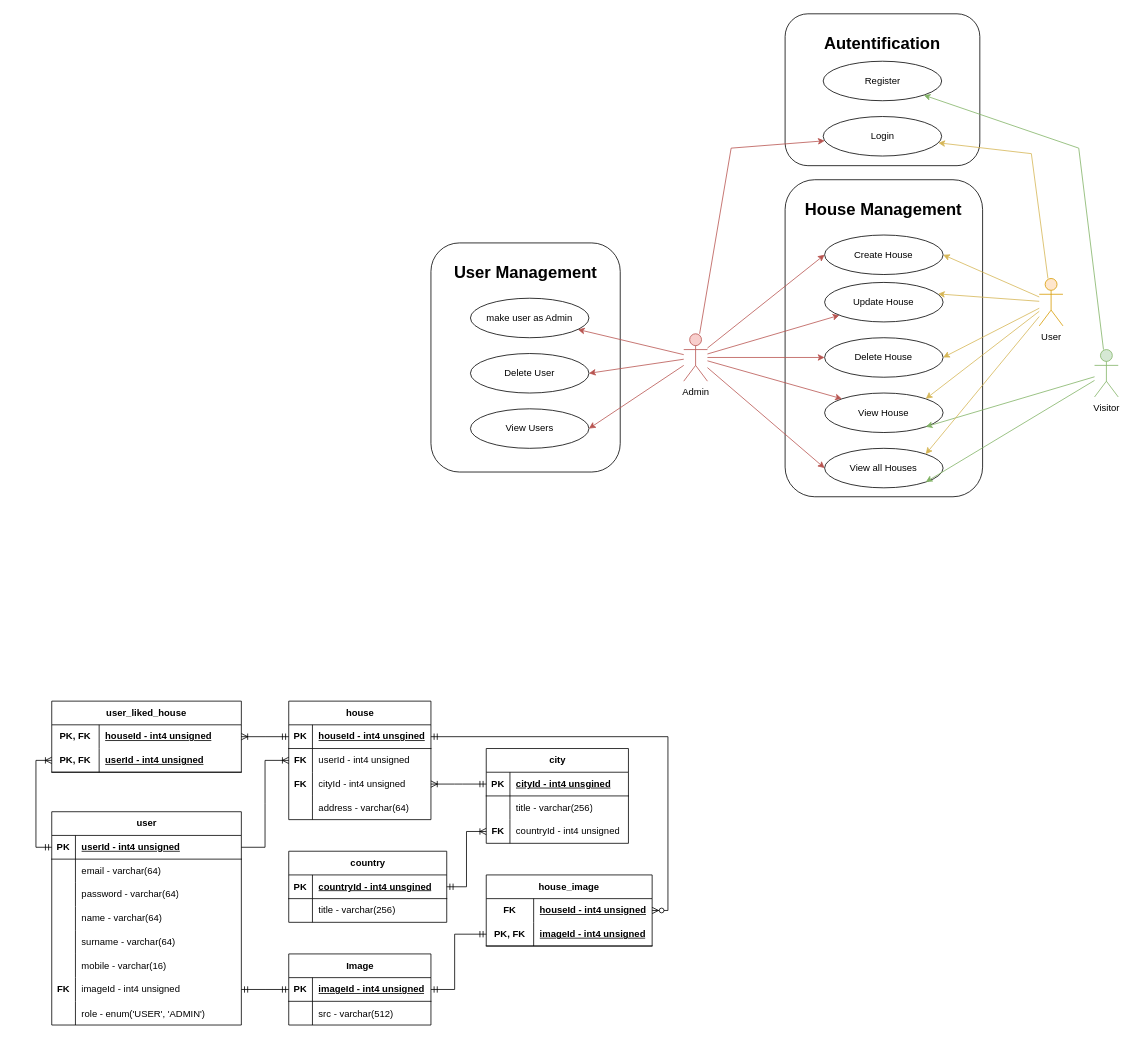
Earlier version of the draw.io diagram Node, Express and SQL [92-106]/102 - express api with sql 2/UML.drawio (ZilvinasVidmantas/type-14). Source tidied: cells renumbered, new cells numbered last; positions are measured from the earlier drawing's top-left corner, leaving out a move shared by most shapes. Both pictures are drawn from the tidied source at 79%, with x=0, y=0 at pixel (36, 13).
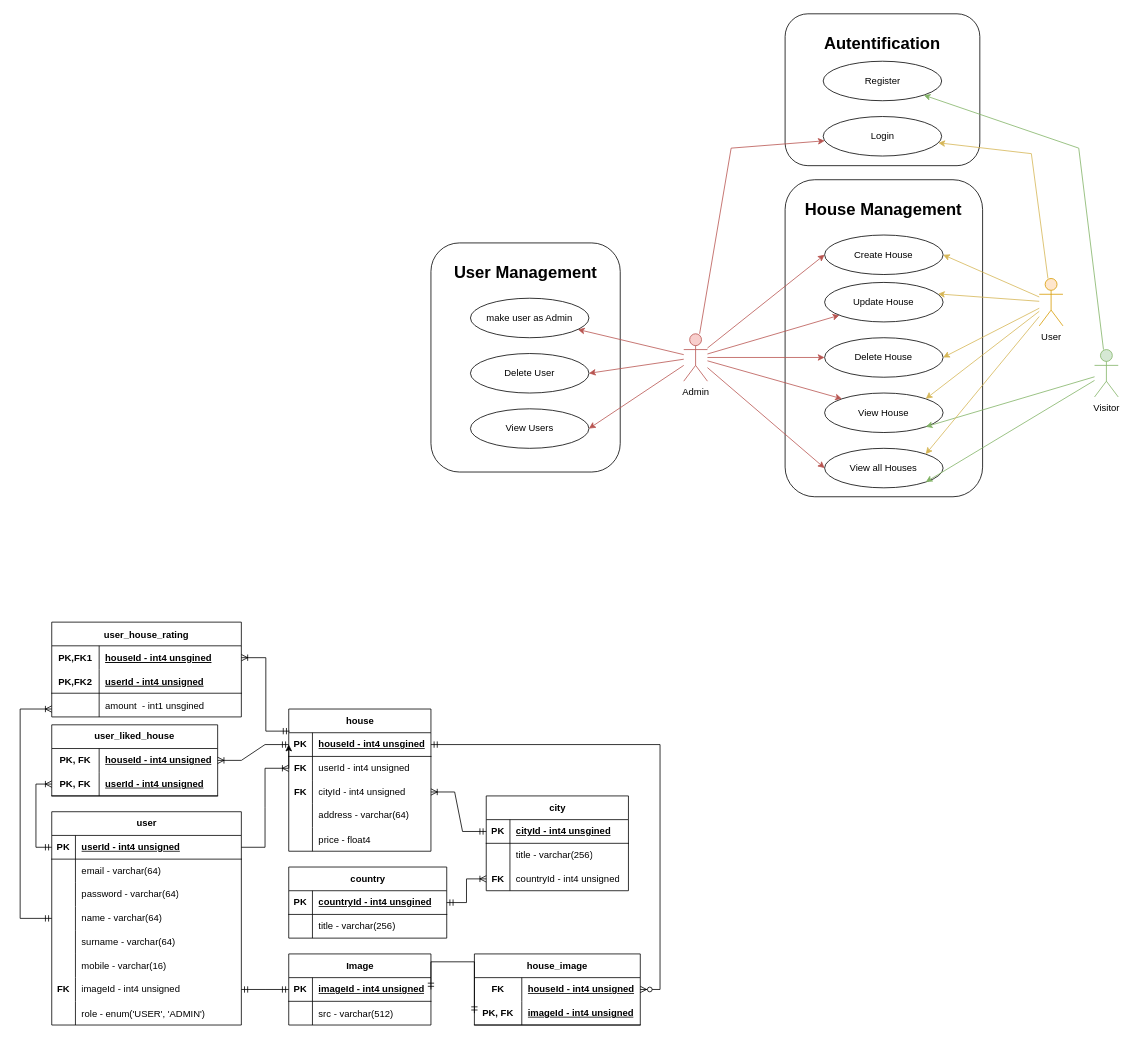
Above is the later version.

Commit message (it also covers changes not shown here):
fix(102):  added missing price property and user rating table

Unchanged cells that the change refers to:
```xml
<mxCell id="24" value="user" style="shape=table;startSize=30;childLayout=tableLayout;rowLines=0;fontStyle=1;align=center;html=1;" parent="1" vertex="1">
  <mxGeometry x="20" y="1010" width="240" height="270" as="geometry" />
</mxCell>
<mxCell id="55" style="shape=tableRow;horizontal=0;startSize=0;swimlaneHead=0;swimlaneBody=0;fillColor=none;points=[[0,0.5],[1,0.5]];portConstraint=eastwest;top=0;left=0;right=0;bottom=1;" parent="54" vertex="1">
  <mxGeometry y="30" width="180" height="30" as="geometry" />
</mxCell>
<mxCell id="58" style="shape=tableRow;horizontal=0;startSize=0;swimlaneHead=0;swimlaneBody=0;fillColor=none;points=[[0,0.5],[1,0.5]];portConstraint=eastwest;top=0;left=0;right=0;bottom=0;" parent="54" vertex="1">
  <mxGeometry y="60" width="180" height="30" as="geometry" />
</mxCell>
<mxCell id="77" style="shape=tableRow;horizontal=0;startSize=0;swimlaneHead=0;swimlaneBody=0;fillColor=none;points=[[0,0.5],[1,0.5]];portConstraint=eastwest;top=0;left=0;right=0;bottom=0;html=1;" parent="76" vertex="1">
  <mxGeometry y="30" width="210" height="30" as="geometry" />
</mxCell>
```

The edit, as a diff of the source:
```diff
@@
     <mxCell id="54" value="house" style="shape=table;startSize=30;childLayout=tableLayout;rowLines=0;fontStyle=1;align=center;html=1;" parent="1" vertex="1">
-      <mxGeometry x="320" y="870" width="180" height="150" as="geometry" />
+      <mxGeometry x="320" y="880" width="180" height="180" as="geometry" />
     </mxCell>
@@
+    <mxCell id="120" style="edgeStyle=elbowEdgeStyle;rounded=0;jettySize=auto;html=1;exitX=0;exitY=0.5;exitDx=0;exitDy=0;entryX=0;entryY=0.5;entryDx=0;entryDy=0;" parent="54" edge="1" source="58" target="55">
+      <mxGeometry relative="1" as="geometry" />
+    </mxCell>
@@
+    <mxCell id="121" style="shape=partialRectangle;fillColor=none;top=0;left=0;bottom=0;right=0;" parent="54" vertex="1">
+      <mxGeometry y="150" width="180" height="30" as="geometry" />
+    </mxCell>
+    <mxCell id="122" style="shape=partialRectangle;fillColor=none;top=0;left=0;bottom=0;right=0;overflow=hidden;" parent="121" vertex="1">
+      <mxGeometry width="30" height="30" as="geometry" />
+    </mxCell>
+    <mxCell id="123" value="price - float4" style="shape=partialRectangle;fillColor=none;top=0;left=0;bottom=0;right=0;align=left;spacingLeft=6;overflow=hidden;" parent="121" vertex="1">
+      <mxGeometry x="30" width="150" height="30" as="geometry" />
+    </mxCell>
@@
     <mxCell id="76" value="house_image" style="shape=table;startSize=30;childLayout=tableLayout;rowLines=0;fontStyle=1;align=center;html=1;whiteSpace=wrap;" parent="1" vertex="1">
-      <mxGeometry x="570" y="1090" width="210" height="90" as="geometry" />
+      <mxGeometry x="555" y="1190" width="210" height="90" as="geometry" />
     </mxCell>
@@
     <mxCell id="84" style="fontSize=12;html=1;endArrow=ERzeroToMany;startArrow=ERmandOne;rounded=0;exitX=1;exitY=0.5;exitDx=0;exitDy=0;entryX=1;entryY=0.5;entryDx=0;entryDy=0;edgeStyle=elbowEdgeStyle;" parent="1" edge="1" source="55" target="77">
       <mxGeometry relative="1" as="geometry">
         <Array as="points">
-          <mxPoint x="800" y="1030" />
+          <mxPoint x="790" y="1080" />
           <mxPoint x="810" y="1080" />
           <mxPoint x="830" y="1000" />
         </Array>
       </mxGeometry>
     </mxCell>
     <mxCell id="85" value="user_liked_house" style="shape=table;startSize=30;childLayout=tableLayout;rowLines=0;fontStyle=1;align=center;html=1;whiteSpace=wrap;" parent="1" vertex="1">
-      <mxGeometry x="20" y="870" width="240" height="90" as="geometry" />
+      <mxGeometry x="20" y="900" width="210" height="90" as="geometry" />
     </mxCell>
     <mxCell id="86" style="shape=tableRow;horizontal=0;startSize=0;swimlaneHead=0;swimlaneBody=0;fillColor=none;points=[[0,0.5],[1,0.5]];portConstraint=eastwest;top=0;left=0;right=0;bottom=0;html=1;" parent="85" vertex="1">
-      <mxGeometry y="30" width="240" height="30" as="geometry" />
+      <mxGeometry y="30" width="210" height="30" as="geometry" />
     </mxCell>
@@
     <mxCell id="88" value="houseId - int4 unsigned" style="shape=partialRectangle;fillColor=none;top=0;left=0;bottom=0;right=0;align=left;spacingLeft=6;fontStyle=5;overflow=hidden;html=1;whiteSpace=wrap;" parent="86" vertex="1">
-      <mxGeometry x="60" width="180" height="30" as="geometry" />
+      <mxGeometry x="60" width="150" height="30" as="geometry" />
     </mxCell>
     <mxCell id="89" style="shape=tableRow;horizontal=0;startSize=0;swimlaneHead=0;swimlaneBody=0;fillColor=none;points=[[0,0.5],[1,0.5]];portConstraint=eastwest;top=0;left=0;right=0;bottom=1;html=1;" parent="85" vertex="1">
-      <mxGeometry y="60" width="240" height="30" as="geometry" />
+      <mxGeometry y="60" width="210" height="30" as="geometry" />
     </mxCell>
@@
     <mxCell id="91" value="userId - int4 unsigned" style="shape=partialRectangle;fillColor=none;top=0;left=0;bottom=0;right=0;align=left;spacingLeft=6;fontStyle=5;overflow=hidden;html=1;whiteSpace=wrap;" parent="89" vertex="1">
-      <mxGeometry x="60" width="180" height="30" as="geometry" />
+      <mxGeometry x="60" width="150" height="30" as="geometry" />
     </mxCell>
-    <mxCell id="92" style="edgeStyle=entityRelationEdgeStyle;fontSize=12;html=1;endArrow=ERoneToMany;startArrow=ERmandOne;rounded=0;" parent="1" edge="1" source="55" target="86">
+    <mxCell id="92" style="edgeStyle=entityRelationEdgeStyle;fontSize=12;html=1;endArrow=ERoneToMany;startArrow=ERmandOne;rounded=0;exitX=0;exitY=0.5;exitDx=0;exitDy=0;" parent="1" edge="1" source="55" target="86">
       <mxGeometry relative="1" as="geometry" />
     </mxCell>
@@
     <mxCell id="101" value="city" style="shape=table;startSize=30;childLayout=tableLayout;rowLines=0;fontStyle=1;align=center;html=1;" parent="1" vertex="1">
-      <mxGeometry x="570" y="930" width="180" height="120" as="geometry" />
+      <mxGeometry x="570" y="990" width="180" height="120" as="geometry" />
     </mxCell>
@@
     <mxCell id="111" value="country" style="shape=table;startSize=30;childLayout=tableLayout;rowLines=0;fontStyle=1;align=center;html=1;" parent="1" vertex="1">
-      <mxGeometry x="320" y="1060" width="200" height="90" as="geometry" />
+      <mxGeometry x="320" y="1080" width="200" height="90" as="geometry" />
     </mxCell>
@@
+    <mxCell id="124" value="user_house_rating" style="shape=table;startSize=30;childLayout=tableLayout;rowLines=0;fontStyle=1;align=center;" parent="1" vertex="1">
+      <mxGeometry x="20" y="770" width="240" height="120" as="geometry" />
+    </mxCell>
+    <mxCell id="125" style="shape=partialRectangle;fillColor=none;top=0;left=0;bottom=0;right=0;points=[[0,0.5],[1,0.5]];portConstraint=eastwest;" parent="124" vertex="1">
+      <mxGeometry y="30" width="240" height="30" as="geometry" />
+    </mxCell>
+    <mxCell id="126" value="PK,FK1" style="shape=partialRectangle;fillColor=none;top=0;left=0;bottom=0;right=0;fontStyle=1;overflow=hidden;" parent="125" vertex="1">
+      <mxGeometry width="60" height="30" as="geometry" />
+    </mxCell>
+    <mxCell id="127" value="houseId - int4 unsgined" style="shape=partialRectangle;fillColor=none;top=0;left=0;bottom=0;right=0;align=left;spacingLeft=6;fontStyle=5;overflow=hidden;" parent="125" vertex="1">
+      <mxGeometry x="60" width="180" height="30" as="geometry" />
+    </mxCell>
+    <mxCell id="128" style="shape=partialRectangle;fillColor=none;top=0;left=0;bottom=1;right=0;" parent="124" vertex="1">
+      <mxGeometry y="60" width="240" height="30" as="geometry" />
+    </mxCell>
+    <mxCell id="129" value="PK,FK2" style="shape=partialRectangle;fillColor=none;top=0;left=0;bottom=0;right=0;fontStyle=1;overflow=hidden;" parent="128" vertex="1">
+      <mxGeometry width="60" height="30" as="geometry" />
+    </mxCell>
+    <mxCell id="130" value="userId - int4 unsigned" style="shape=partialRectangle;fillColor=none;top=0;left=0;bottom=0;right=0;align=left;spacingLeft=6;fontStyle=5;overflow=hidden;" parent="128" vertex="1">
+      <mxGeometry x="60" width="180" height="30" as="geometry" />
+    </mxCell>
+    <mxCell id="131" style="shape=partialRectangle;fillColor=none;top=0;left=0;bottom=0;right=0;" parent="124" vertex="1">
+      <mxGeometry y="90" width="240" height="30" as="geometry" />
+    </mxCell>
+    <mxCell id="132" style="shape=partialRectangle;fillColor=none;top=0;left=0;bottom=0;right=0;overflow=hidden;" parent="131" vertex="1">
+      <mxGeometry width="60" height="30" as="geometry" />
+    </mxCell>
+    <mxCell id="133" value="amount  - int1 unsgined" style="shape=partialRectangle;fillColor=none;top=0;left=0;bottom=0;right=0;align=left;spacingLeft=6;overflow=hidden;" parent="131" vertex="1">
+      <mxGeometry x="60" width="180" height="30" as="geometry" />
+    </mxCell>
+    <mxCell id="134" style="edgeStyle=elbowEdgeStyle;fontSize=12;html=1;endArrow=ERoneToMany;startArrow=ERmandOne;rounded=0;exitX=0.006;exitY=-0.067;exitDx=0;exitDy=0;entryX=1;entryY=0.5;entryDx=0;entryDy=0;exitPerimeter=0;" parent="1" edge="1" source="55" target="125">
+      <mxGeometry relative="1" as="geometry" />
+    </mxCell>
+    <mxCell id="135" style="fontSize=12;html=1;endArrow=ERoneToMany;startArrow=ERmandOne;rounded=0;edgeStyle=elbowEdgeStyle;elbow=vertical;" parent="1" edge="1" source="24" target="124">
+      <mxGeometry relative="1" as="geometry">
+        <Array as="points">
+          <mxPoint x="-20" y="880" />
+        </Array>
+      </mxGeometry>
+    </mxCell>
```
